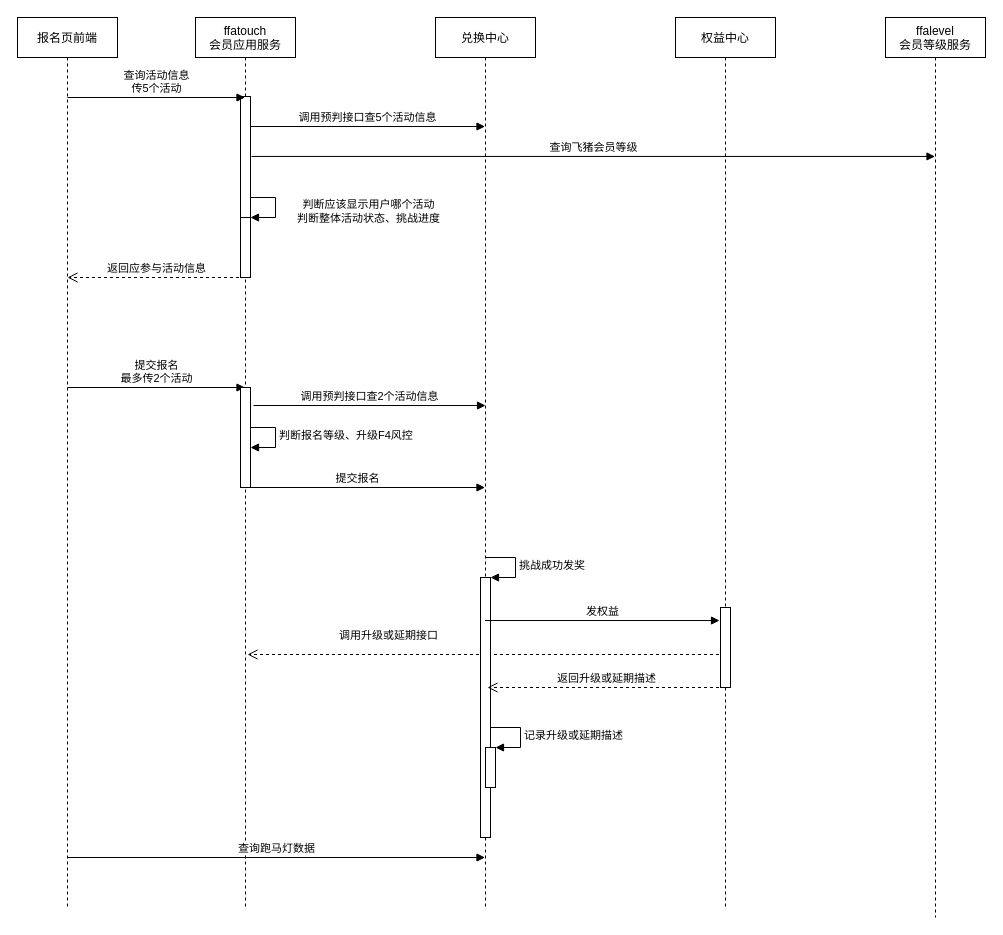
This is 会员挑战计划.drawio from renqiuming/drawio, a draw.io file, before an edit. Source tidied: cells renumbered, new cells numbered last; positions are measured from the earlier drawing's top-left corner, leaving out a move shared by most shapes. Both pictures are drawn from the tidied source at 100%, with x=0, y=0 at pixel (17, 17).
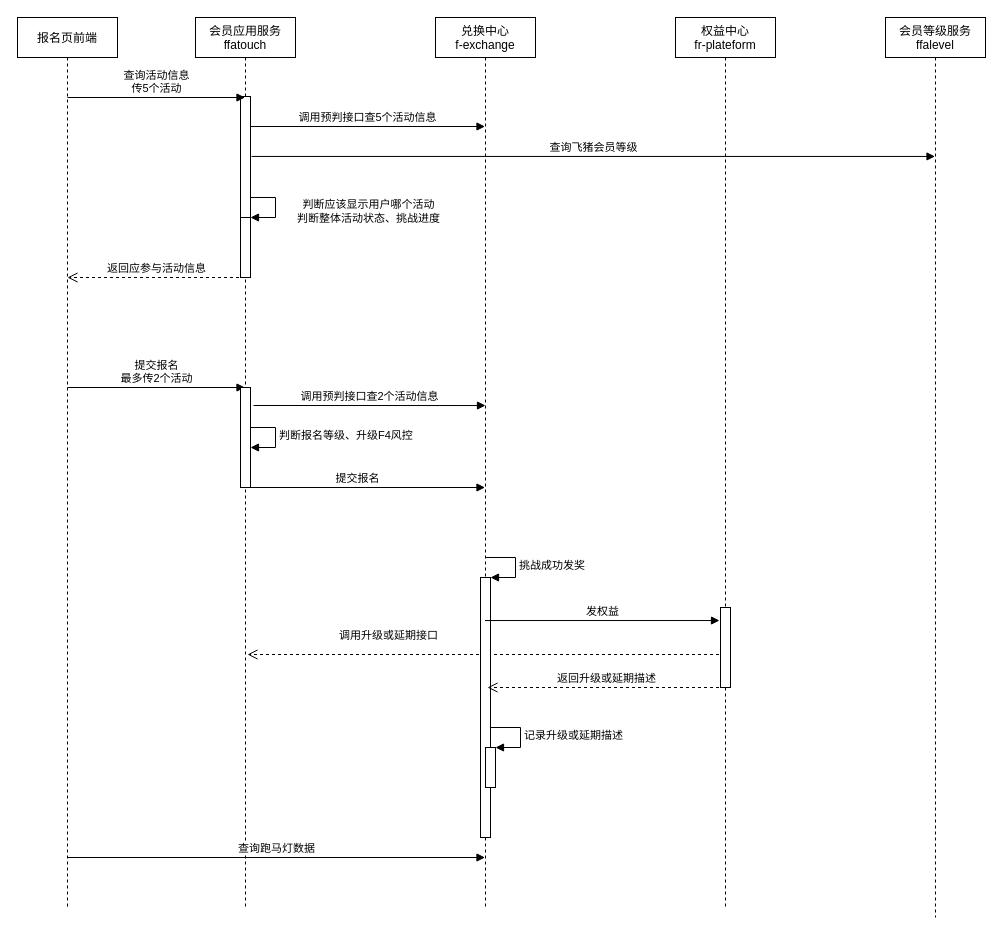
The same page after the edit.

Commit message:
更新会员挑战计划.drawio

Diff of the diagram source:
```diff
@@
-    <mxCell id="2" value="ffatouch&#10;会员应用服务" style="shape=umlLifeline;perimeter=lifelinePerimeter;rounded=0;shadow=0;strokeWidth=1;" parent="1" vertex="1">
+    <mxCell id="2" value="会员应用服务&#10;ffatouch" style="shape=umlLifeline;perimeter=lifelinePerimeter;rounded=0;shadow=0;strokeWidth=1;" parent="1" vertex="1">
       <mxGeometry x="178" width="100" height="890" as="geometry" />
     </mxCell>
@@
-    <mxCell id="11" value="ffalevel&#10;会员等级服务" style="shape=umlLifeline;perimeter=lifelinePerimeter;rounded=0;shadow=0;strokeWidth=1;" parent="1" vertex="1">
+    <mxCell id="11" value="会员等级服务&#10;ffalevel" style="shape=umlLifeline;perimeter=lifelinePerimeter;rounded=0;shadow=0;strokeWidth=1;" parent="1" vertex="1">
       <mxGeometry x="868" width="100" height="900" as="geometry" />
     </mxCell>
-    <mxCell id="12" value="兑换中心" style="shape=umlLifeline;perimeter=lifelinePerimeter;rounded=0;shadow=0;strokeWidth=1;" parent="1" vertex="1">
+    <mxCell id="12" value="兑换中心&#10;f-exchange" style="shape=umlLifeline;perimeter=lifelinePerimeter;rounded=0;shadow=0;strokeWidth=1;" parent="1" vertex="1">
       <mxGeometry x="418" width="100" height="890" as="geometry" />
     </mxCell>
@@
-    <mxCell id="18" value="权益中心" style="shape=umlLifeline;perimeter=lifelinePerimeter;rounded=0;shadow=0;strokeWidth=1;" parent="1" vertex="1">
+    <mxCell id="18" value="权益中心&#10;fr-plateform" style="shape=umlLifeline;perimeter=lifelinePerimeter;rounded=0;shadow=0;strokeWidth=1;" parent="1" vertex="1">
       <mxGeometry x="658" width="100" height="890" as="geometry" />
     </mxCell>
```
